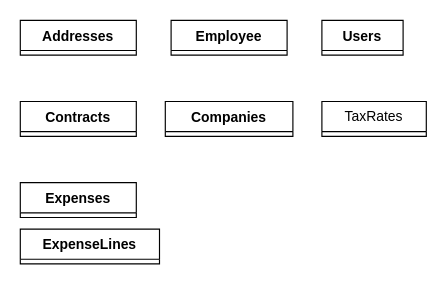
The draw.io diagram Diagramme sans nom.drawio in Eaulmesse/upit_erp_dev, before the edit. Source tidied: cells renumbered, new cells numbered last; positions are measured from the earlier drawing's top-left corner, leaving out a move shared by most shapes. Both pictures are drawn from the tidied source at 116%, with x=0, y=0 at pixel (20, 20).
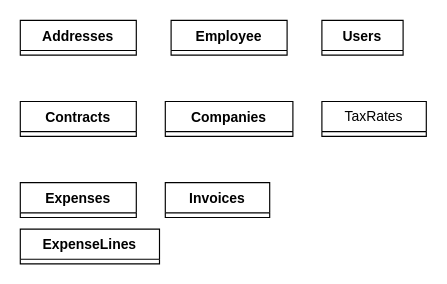
The same page after the edit.

What changed in the source:
```diff
@@
 <mxGraphModel>
   <root>
     <mxCell id="0" />
     <mxCell id="1" parent="0" />
     <mxCell id="2" value="Companies" style="swimlane;fontStyle=1;align=center;verticalAlign=top;horizontal=1;startSize=26;whiteSpace=wrap;html=1;" parent="1" vertex="1" collapsed="1">
       <mxGeometry x="125" y="70" width="110" height="30" as="geometry" />
     </mxCell>
     <mxCell id="3" value="Addresses" style="swimlane;fontStyle=1;align=center;verticalAlign=top;horizontal=1;startSize=26;whiteSpace=wrap;html=1;" parent="1" vertex="1" collapsed="1">
       <mxGeometry width="100" height="30" as="geometry" />
     </mxCell>
     <mxCell id="4" value="Contracts" style="swimlane;fontStyle=1;align=center;verticalAlign=top;horizontal=1;startSize=26;whiteSpace=wrap;html=1;" parent="1" vertex="1" collapsed="1">
       <mxGeometry y="70" width="100" height="30" as="geometry" />
     </mxCell>
     <mxCell id="5" value="Employee" style="swimlane;fontStyle=1;align=center;verticalAlign=top;horizontal=1;startSize=26;whiteSpace=wrap;html=1;" parent="1" vertex="1" collapsed="1">
       <mxGeometry x="130" width="100" height="30" as="geometry" />
     </mxCell>
     <mxCell id="6" value="Users" style="swimlane;fontStyle=1;align=center;verticalAlign=top;horizontal=1;startSize=26;whiteSpace=wrap;html=1;" parent="1" vertex="1" collapsed="1">
       <mxGeometry x="260" width="70" height="30" as="geometry" />
     </mxCell>
     <mxCell id="7" value="TaxRates" style="swimlane;fontStyle=0;horizontal=1;startSize=26;fillColor=none;whiteSpace=wrap;html=1;" parent="1" vertex="1" collapsed="1">
       <mxGeometry x="260" y="70" width="90" height="30" as="geometry" />
     </mxCell>
     <mxCell id="8" value="Expenses" style="swimlane;fontStyle=1;align=center;verticalAlign=top;horizontal=1;startSize=26;whiteSpace=wrap;html=1;" parent="1" vertex="1" collapsed="1">
       <mxGeometry y="140" width="100" height="30" as="geometry" />
     </mxCell>
     <mxCell id="9" value="ExpenseLines" style="swimlane;fontStyle=1;align=center;verticalAlign=top;horizontal=1;startSize=26;whiteSpace=wrap;html=1;" parent="1" vertex="1" collapsed="1">
       <mxGeometry y="180" width="120" height="30" as="geometry" />
     </mxCell>
+    <mxCell id="10" value="Invoices" style="swimlane;fontStyle=1;align=center;verticalAlign=top;horizontal=1;startSize=26;whiteSpace=wrap;html=1;" parent="1" vertex="1" collapsed="1">
+      <mxGeometry x="125" y="140" width="90" height="30" as="geometry" />
+    </mxCell>
   </root>
 </mxGraphModel>
```
